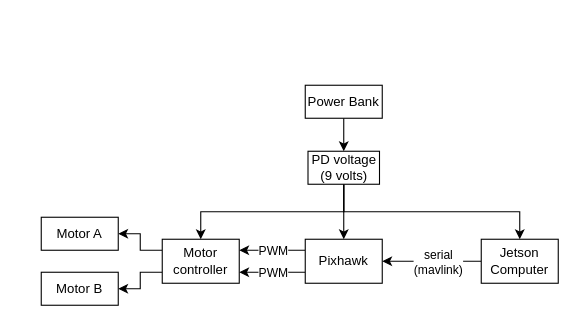
Above: diagrams/system.drawio in EOLab-HSRW/jetbot (draw.io), before the change. Source tidied: cells renumbered, new cells numbered last; positions are measured from the earlier drawing's top-left corner, leaving out a move shared by most shapes. Both pictures are drawn from the tidied source at 110%, with x=0, y=0 at pixel (41, 85).
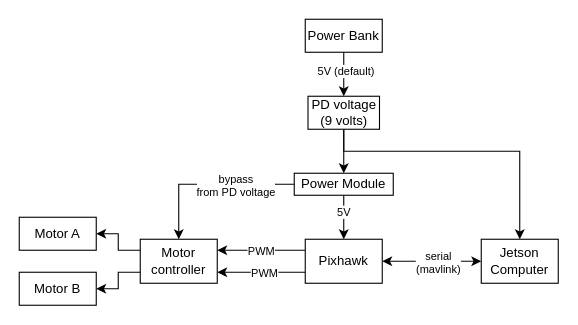
The same page after the edit.

Commit message:
power module

The change refers to these unchanged cells:
```xml
<mxCell id="7" style="edgeStyle=orthogonalEdgeStyle;rounded=0;jettySize=auto;html=1;exitX=0;exitY=0.25;exitDx=0;exitDy=0;entryX=1;entryY=0.25;entryDx=0;entryDy=0;" parent="1" edge="1" source="11" target="6">
  <mxGeometry relative="1" as="geometry" />
</mxCell>
<mxCell id="9" style="edgeStyle=orthogonalEdgeStyle;rounded=0;jettySize=auto;html=1;exitX=0;exitY=0.75;exitDx=0;exitDy=0;entryX=1;entryY=0.75;entryDx=0;entryDy=0;" parent="1" edge="1" source="11" target="6">
  <mxGeometry relative="1" as="geometry" />
</mxCell>
<mxCell id="11" value="Pixhawk" style="rounded=0;whiteSpace=wrap;html=1;" parent="1" vertex="1">
  <mxGeometry x="240" y="140" width="70" height="40" as="geometry" />
</mxCell>
<mxCell id="14" value="Jetson Computer" style="rounded=0;whiteSpace=wrap;html=1;" parent="1" vertex="1">
  <mxGeometry x="400" y="140" width="70" height="40" as="geometry" />
</mxCell>
<mxCell id="15" style="edgeStyle=orthogonalEdgeStyle;rounded=0;jettySize=auto;html=1;exitX=0.5;exitY=1;exitDx=0;exitDy=0;entryX=0.5;entryY=0;entryDx=0;entryDy=0;startArrow=none;startFill=0;endArrow=classic;endFill=1;" parent="1" edge="1" source="16" target="20">
  <mxGeometry relative="1" as="geometry" />
</mxCell>
```

Change to the diagram source:
```diff
@@
     <mxCell id="3" value="Motor A" style="rounded=0;whiteSpace=wrap;html=1;" parent="1" vertex="1">
-      <mxGeometry y="120" width="70" height="30" as="geometry" />
+      <mxGeometry x="-20" y="120" width="70" height="30" as="geometry" />
     </mxCell>
@@
     <mxCell id="5" value="Motor B" style="rounded=0;whiteSpace=wrap;html=1;" parent="1" vertex="1">
-      <mxGeometry y="170" width="70" height="30" as="geometry" />
+      <mxGeometry x="-20" y="170" width="70" height="30" as="geometry" />
     </mxCell>
     <mxCell id="6" value="Motor controller" style="rounded=0;whiteSpace=wrap;html=1;" parent="1" vertex="1">
-      <mxGeometry x="110" y="140" width="70" height="40" as="geometry" />
+      <mxGeometry x="90" y="140" width="70" height="40" as="geometry" />
     </mxCell>
@@
-    <mxCell id="8" value="PWM" style="edgeLabel;html=1;align=center;verticalAlign=middle;" parent="7" vertex="1">
+    <mxCell id="8" value="PWM" style="edgeLabel;html=1;align=center;verticalAlign=middle;fontSize=10;" parent="7" vertex="1">
       <mxGeometry x="0.1" relative="1" as="geometry">
         <mxPoint x="3" as="offset" />
       </mxGeometry>
     </mxCell>
@@
-    <mxCell id="10" value="PWM" style="edgeLabel;html=1;align=center;verticalAlign=middle;" parent="9" vertex="1">
+    <mxCell id="10" value="PWM" style="edgeLabel;html=1;align=center;verticalAlign=middle;fontSize=10;" parent="9" vertex="1">
       <mxGeometry x="-0.14" relative="1" as="geometry">
         <mxPoint x="-4" as="offset" />
       </mxGeometry>
     </mxCell>
@@
-    <mxCell id="12" style="edgeStyle=orthogonalEdgeStyle;rounded=0;jettySize=auto;html=1;exitX=0;exitY=0.5;exitDx=0;exitDy=0;entryX=1;entryY=0.5;entryDx=0;entryDy=0;" parent="1" edge="1" source="14" target="11">
+    <mxCell id="12" style="edgeStyle=orthogonalEdgeStyle;rounded=0;jettySize=auto;html=1;exitX=0;exitY=0.5;exitDx=0;exitDy=0;entryX=1;entryY=0.5;entryDx=0;entryDy=0;startArrow=classic;startFill=1;" parent="1" edge="1" source="14" target="11">
       <mxGeometry relative="1" as="geometry" />
     </mxCell>
-    <mxCell id="13" value="serial&lt;br&gt;(mavlink)" style="edgeLabel;html=1;align=center;verticalAlign=middle;" parent="12" vertex="1">
+    <mxCell id="13" value="serial&lt;br style=&quot;font-size: 10px;&quot;&gt;(mavlink)" style="edgeLabel;html=1;align=center;verticalAlign=middle;fontSize=10;" parent="12" vertex="1">
       <mxGeometry x="-0.28" relative="1" as="geometry">
         <mxPoint x="-8" as="offset" />
       </mxGeometry>
     </mxCell>
@@
+    <mxCell id="21" value="5V (default)" style="edgeLabel;html=1;align=center;verticalAlign=middle;fontSize=10;" parent="15" vertex="1">
+      <mxGeometry x="-0.18" y="1" relative="1" as="geometry" />
+    </mxCell>
     <mxCell id="16" value="Power Bank" style="rounded=0;whiteSpace=wrap;html=1;" parent="1" vertex="1">
-      <mxGeometry x="240" width="70" height="30" as="geometry" />
+      <mxGeometry x="240" y="-60" width="70" height="30" as="geometry" />
     </mxCell>
-    <mxCell id="17" style="edgeStyle=orthogonalEdgeStyle;rounded=0;jettySize=auto;html=1;exitX=0.5;exitY=1;exitDx=0;exitDy=0;entryX=0.5;entryY=0;entryDx=0;entryDy=0;startArrow=none;startFill=0;endArrow=classic;endFill=1;" parent="1" edge="1" source="20" target="6">
-      <mxGeometry relative="1" as="geometry" />
-    </mxCell>
-    <mxCell id="18" style="edgeStyle=orthogonalEdgeStyle;rounded=0;jettySize=auto;html=1;exitX=0.5;exitY=1;exitDx=0;exitDy=0;entryX=0.5;entryY=0;entryDx=0;entryDy=0;startArrow=none;startFill=0;endArrow=classic;endFill=1;" parent="1" edge="1" source="20" target="11">
-      <mxGeometry relative="1" as="geometry" />
-    </mxCell>
     <mxCell id="19" style="edgeStyle=orthogonalEdgeStyle;rounded=0;jettySize=auto;html=1;exitX=0.5;exitY=1;exitDx=0;exitDy=0;entryX=0.5;entryY=0;entryDx=0;entryDy=0;startArrow=none;startFill=0;endArrow=classic;endFill=1;" parent="1" edge="1" source="20" target="14">
-      <mxGeometry relative="1" as="geometry" />
+      <mxGeometry relative="1" as="geometry">
+        <Array as="points">
+          <mxPoint x="275" y="60" />
+          <mxPoint x="435" y="60" />
+        </Array>
+      </mxGeometry>
     </mxCell>
+    <mxCell id="22" style="edgeStyle=orthogonalEdgeStyle;rounded=0;jettySize=auto;html=1;exitX=0.5;exitY=1;exitDx=0;exitDy=0;entryX=0.5;entryY=0;entryDx=0;entryDy=0;startArrow=none;startFill=0;endArrow=classic;endFill=1;" parent="1" edge="1" source="20" target="27">
+      <mxGeometry relative="1" as="geometry" />
+    </mxCell>
     <mxCell id="20" value="PD voltage (9 volts)" style="rounded=0;whiteSpace=wrap;html=1;" parent="1" vertex="1">
-      <mxGeometry x="242.5" y="60" width="65" height="30" as="geometry" />
+      <mxGeometry x="242.5" y="10" width="65" height="30" as="geometry" />
     </mxCell>
+    <mxCell id="23" style="edgeStyle=orthogonalEdgeStyle;rounded=0;jettySize=auto;html=1;exitX=0.5;exitY=1;exitDx=0;exitDy=0;entryX=0.5;entryY=0;entryDx=0;entryDy=0;startArrow=none;startFill=0;endArrow=classic;endFill=1;" parent="1" edge="1" source="27" target="11">
+      <mxGeometry relative="1" as="geometry" />
+    </mxCell>
+    <mxCell id="24" value="5V" style="edgeLabel;html=1;align=center;verticalAlign=middle;fontSize=10;" parent="23" vertex="1">
+      <mxGeometry x="-0.3" y="-1" relative="1" as="geometry" />
+    </mxCell>
+    <mxCell id="25" style="edgeStyle=orthogonalEdgeStyle;rounded=0;jettySize=auto;html=1;exitX=0;exitY=0.5;exitDx=0;exitDy=0;entryX=0.5;entryY=0;entryDx=0;entryDy=0;fontSize=10;startArrow=none;startFill=0;endArrow=classic;endFill=1;" parent="1" edge="1" source="27" target="6">
+      <mxGeometry relative="1" as="geometry" />
+    </mxCell>
+    <mxCell id="26" value="bypass&lt;br&gt;from PD voltage" style="edgeLabel;html=1;align=center;verticalAlign=middle;fontSize=10;" parent="25" vertex="1">
+      <mxGeometry x="-0.3" y="-2" relative="1" as="geometry">
+        <mxPoint y="2" as="offset" />
+      </mxGeometry>
+    </mxCell>
+    <mxCell id="27" value="Power Module" style="rounded=0;whiteSpace=wrap;html=1;" parent="1" vertex="1">
+      <mxGeometry x="230" y="80" width="90" height="20" as="geometry" />
+    </mxCell>
```
